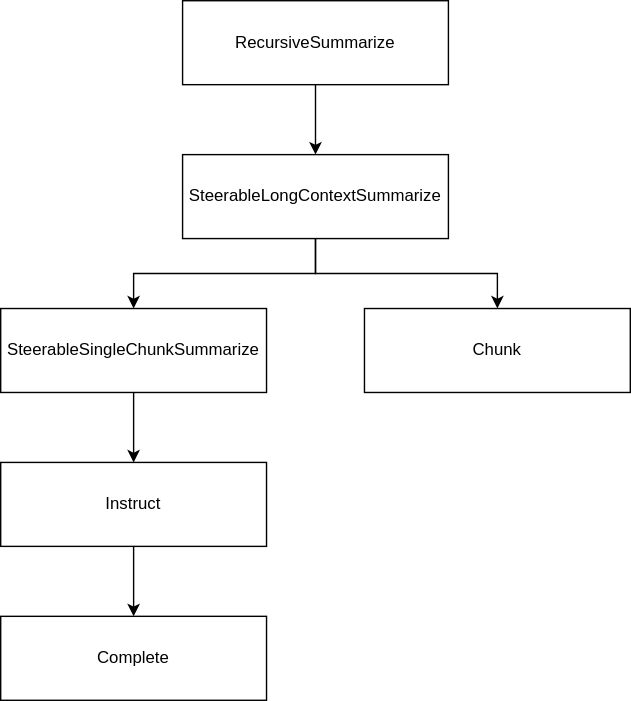
Above: assets/RecursiveSummary.drawio.svg in Aleph-Alpha/intelligence-layer-sdk (draw.io), before the change. Source tidied: cells renumbered, new cells last; positions are measured from the earlier drawing's top-left corner, leaving out a move shared by most shapes. Source of this version:
```xml
<mxGraphModel>
  <root>
    <mxCell id="0" />
    <mxCell id="1" parent="0" />
    <mxCell id="2" style="edgeStyle=orthogonalEdgeStyle;rounded=0;jettySize=auto;html=1;" parent="1" edge="1" source="3" target="6">
      <mxGeometry relative="1" as="geometry" />
    </mxCell>
    <mxCell id="3" value="RecursiveSummarize" style="rounded=0;whiteSpace=wrap;html=1;" parent="1" vertex="1">
      <mxGeometry x="130" width="190" height="60" as="geometry" />
    </mxCell>
    <mxCell id="4" style="edgeStyle=orthogonalEdgeStyle;rounded=0;jettySize=auto;html=1;" parent="1" edge="1" source="6" target="8">
      <mxGeometry relative="1" as="geometry" />
    </mxCell>
    <mxCell id="5" style="edgeStyle=orthogonalEdgeStyle;rounded=0;jettySize=auto;html=1;" parent="1" edge="1" source="6" target="9">
      <mxGeometry relative="1" as="geometry" />
    </mxCell>
    <mxCell id="6" value="SteerableLongContextSummarize" style="rounded=0;whiteSpace=wrap;html=1;" parent="1" vertex="1">
      <mxGeometry x="130" y="110" width="190" height="60" as="geometry" />
    </mxCell>
    <mxCell id="7" style="edgeStyle=orthogonalEdgeStyle;rounded=0;jettySize=auto;html=1;" parent="1" edge="1" source="8" target="11">
      <mxGeometry relative="1" as="geometry" />
    </mxCell>
    <mxCell id="8" value="SteerableSingleChunkSummarize" style="rounded=0;whiteSpace=wrap;html=1;" parent="1" vertex="1">
      <mxGeometry y="220" width="190" height="60" as="geometry" />
    </mxCell>
    <mxCell id="9" value="Chunk" style="rounded=0;whiteSpace=wrap;html=1;" parent="1" vertex="1">
      <mxGeometry x="260" y="220" width="190" height="60" as="geometry" />
    </mxCell>
    <mxCell id="10" style="edgeStyle=orthogonalEdgeStyle;rounded=0;jettySize=auto;html=1;" parent="1" edge="1" source="11" target="12">
      <mxGeometry relative="1" as="geometry" />
    </mxCell>
    <mxCell id="11" value="Instruct" style="rounded=0;whiteSpace=wrap;html=1;" parent="1" vertex="1">
      <mxGeometry y="330" width="190" height="60" as="geometry" />
    </mxCell>
    <mxCell id="12" value="Complete" style="rounded=0;whiteSpace=wrap;html=1;" parent="1" vertex="1">
      <mxGeometry y="440" width="190" height="60" as="geometry" />
    </mxCell>
  </root>
</mxGraphModel>
```
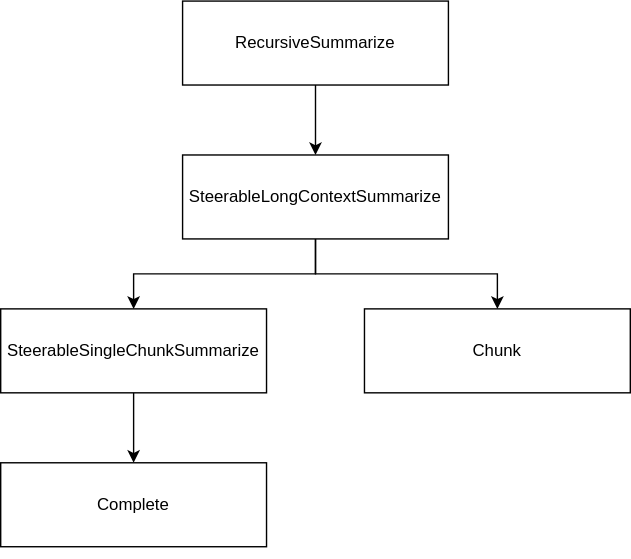
Above is the later version.

What changed in the source:
```diff
@@ -17,8 +17,10 @@
     <mxCell id="6" value="SteerableLongContextSummarize" style="rounded=0;whiteSpace=wrap;html=1;" parent="1" vertex="1">
       <mxGeometry x="130" y="110" width="190" height="60" as="geometry" />
     </mxCell>
-    <mxCell id="7" style="edgeStyle=orthogonalEdgeStyle;rounded=0;jettySize=auto;html=1;" parent="1" edge="1" source="8" target="11">
-      <mxGeometry relative="1" as="geometry" />
+    <mxCell id="7" style="edgeStyle=orthogonalEdgeStyle;rounded=0;jettySize=auto;html=1;" parent="1" edge="1" source="8">
+      <mxGeometry relative="1" as="geometry">
+        <mxPoint x="95" y="330" as="targetPoint" />
+      </mxGeometry>
     </mxCell>
     <mxCell id="8" value="SteerableSingleChunkSummarize" style="rounded=0;whiteSpace=wrap;html=1;" parent="1" vertex="1">
       <mxGeometry y="220" width="190" height="60" as="geometry" />
@@ -26,14 +28,13 @@
     <mxCell id="9" value="Chunk" style="rounded=0;whiteSpace=wrap;html=1;" parent="1" vertex="1">
       <mxGeometry x="260" y="220" width="190" height="60" as="geometry" />
     </mxCell>
-    <mxCell id="10" style="edgeStyle=orthogonalEdgeStyle;rounded=0;jettySize=auto;html=1;" parent="1" edge="1" source="11" target="12">
-      <mxGeometry relative="1" as="geometry" />
+    <mxCell id="10" style="edgeStyle=orthogonalEdgeStyle;rounded=0;jettySize=auto;html=1;" parent="1" edge="1" target="12">
+      <mxGeometry relative="1" as="geometry">
+        <mxPoint x="95" y="390" as="sourcePoint" />
+      </mxGeometry>
     </mxCell>
-    <mxCell id="11" value="Instruct" style="rounded=0;whiteSpace=wrap;html=1;" parent="1" vertex="1">
-      <mxGeometry y="330" width="190" height="60" as="geometry" />
-    </mxCell>
     <mxCell id="12" value="Complete" style="rounded=0;whiteSpace=wrap;html=1;" parent="1" vertex="1">
-      <mxGeometry y="440" width="190" height="60" as="geometry" />
+      <mxGeometry y="330" width="190" height="60" as="geometry" />
     </mxCell>
   </root>
 </mxGraphModel>
```
